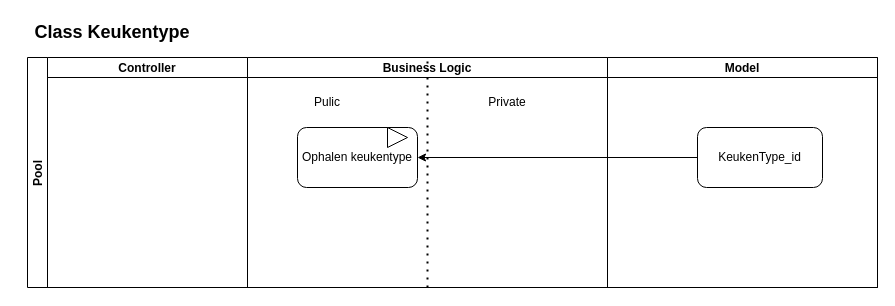
nestaschuler/educom-verrukkulluk keeps this draw.io diagram as page "Class_keukentype" (2 of 6) of documents/design/VER-ASD-NS-v1.drawio. Above is the earlier version. Source tidied: cells renumbered, new cells numbered last; positions are measured from the earlier drawing's top-left corner, leaving out a move shared by most shapes. Both pictures are drawn from the tidied source at 100%, with x=0, y=0 at pixel (17, 17).
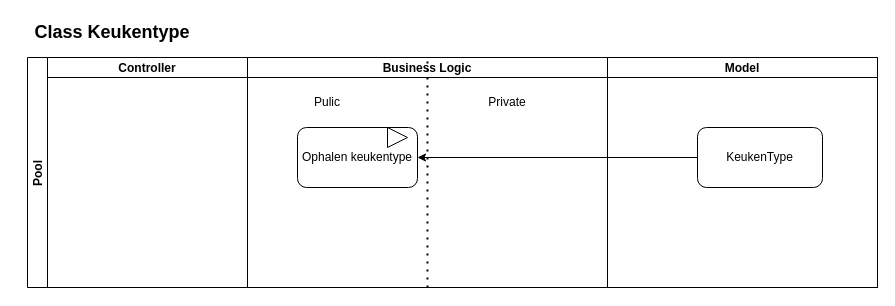
The same diagram, later.

Diff of the diagram source:
```diff
@@
 <mxGraphModel>
   <root>
     <mxCell id="0" />
     <mxCell id="1" parent="0" />
     <mxCell id="2" value="Pool" style="swimlane;startSize=20;horizontal=0;" parent="1" vertex="1">
       <mxGeometry x="10" y="40" width="850" height="230" as="geometry" />
     </mxCell>
     <mxCell id="3" value="Controller" style="swimlane;startSize=20;" parent="2" vertex="1">
       <mxGeometry x="20" width="200" height="230" as="geometry" />
     </mxCell>
     <mxCell id="4" value="Business Logic" style="swimlane;startSize=20;" parent="2" vertex="1">
       <mxGeometry x="220" width="360" height="230" as="geometry" />
     </mxCell>
     <mxCell id="5" value="Ophalen keukentype" style="rounded=1;whiteSpace=wrap;html=1;" parent="4" vertex="1">
       <mxGeometry x="50" y="70" width="120" height="60" as="geometry" />
     </mxCell>
     <mxCell id="6" style="triangle;whiteSpace=wrap;html=1;" parent="4" vertex="1">
       <mxGeometry x="140" y="70" width="20" height="20" as="geometry" />
     </mxCell>
     <mxCell id="7" value="Pulic" style="text;html=1;align=center;verticalAlign=middle;whiteSpace=wrap;rounded=0;" parent="4" vertex="1">
       <mxGeometry x="50" y="30" width="60" height="30" as="geometry" />
     </mxCell>
     <mxCell id="8" value="Private" style="text;html=1;align=center;verticalAlign=middle;whiteSpace=wrap;rounded=0;" parent="4" vertex="1">
       <mxGeometry x="230" y="30" width="60" height="30" as="geometry" />
     </mxCell>
     <mxCell id="9" value="Model" style="swimlane;startSize=20;" parent="2" vertex="1">
       <mxGeometry x="580" width="270" height="230" as="geometry" />
     </mxCell>
-    <mxCell id="10" value="KeukenType_id" style="rounded=1;whiteSpace=wrap;html=1;" parent="9" vertex="1">
+    <mxCell id="10" value="KeukenType" style="rounded=1;whiteSpace=wrap;html=1;" parent="9" vertex="1">
       <mxGeometry x="90" y="70" width="125" height="60" as="geometry" />
     </mxCell>
     <mxCell id="11" style="edgeStyle=none;html=1;exitX=0;exitY=0.5;exitDx=0;exitDy=0;entryX=1;entryY=0.5;entryDx=0;entryDy=0;entryPerimeter=0;" parent="2" edge="1" source="10" target="5">
       <mxGeometry relative="1" as="geometry" />
     </mxCell>
     <mxCell id="12" style="endArrow=none;dashed=1;html=1;dashPattern=1 3;strokeWidth=2;exitX=0.5;exitY=1;exitDx=0;exitDy=0;entryX=0.5;entryY=0;entryDx=0;entryDy=0;" parent="2" edge="1" source="4" target="4">
       <mxGeometry relative="1" as="geometry" />
     </mxCell>
     <mxCell id="13" value="&lt;b&gt;&lt;font style=&quot;font-size: 18px;&quot;&gt;Class Keukentype&lt;/font&gt;&lt;/b&gt;" style="text;html=1;align=center;verticalAlign=middle;whiteSpace=wrap;rounded=0;" parent="1" vertex="1">
       <mxGeometry width="190" height="30" as="geometry" />
     </mxCell>
   </root>
 </mxGraphModel>
```
